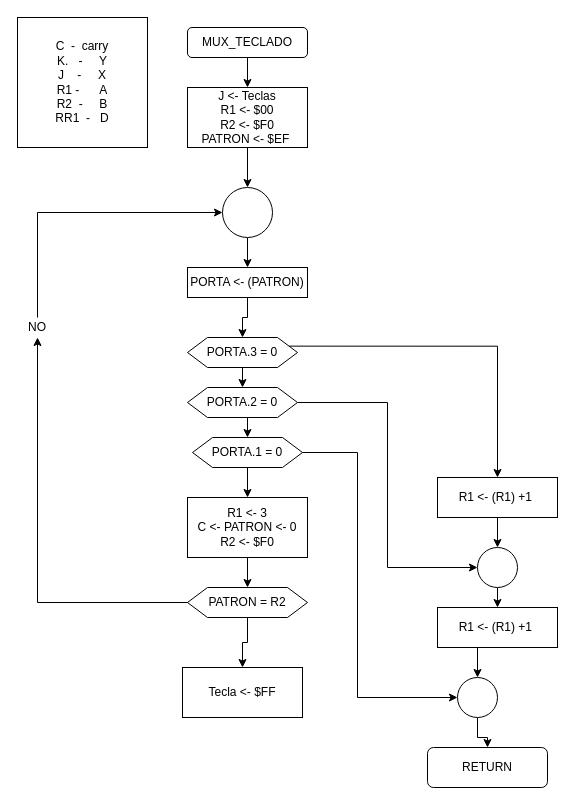
This is 8_runmeter623/diagrams/13_mux_teclado.drawio from brown9804/Dragon12_MC9S12DP256, a draw.io file, before an edit. Source tidied: cells renumbered, new cells numbered last; positions are measured from the earlier drawing's top-left corner, leaving out a move shared by most shapes. Both pictures are drawn from the tidied source at 100%, with x=0, y=0 at pixel (17, 17).
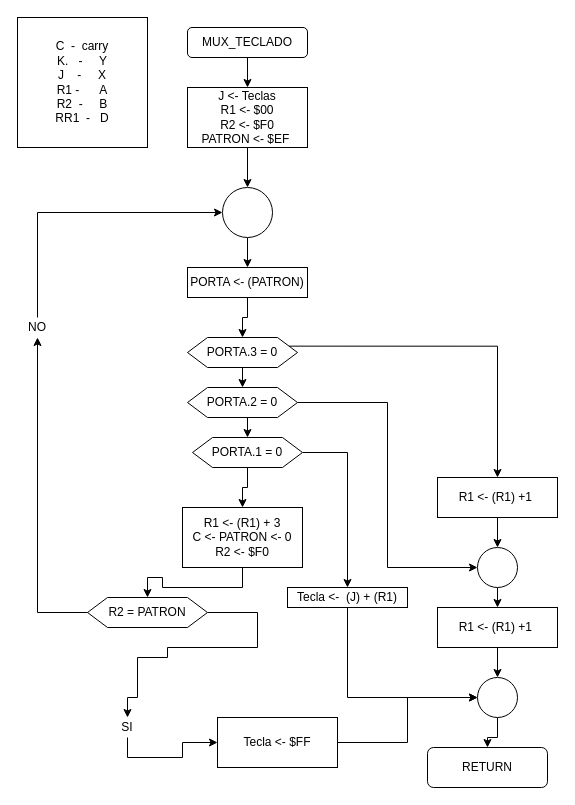
Above is the later version.

Commit message:
final -> mux_teclado ✅

The change refers to these unchanged cells:
```xml
<mxCell id="19" value="PORTA.1 = 0" style="shape=hexagon;perimeter=hexagonPerimeter2;whiteSpace=wrap;html=1;fixedSize=1;" parent="1" vertex="1">
  <mxGeometry x="175" y="420" width="110" height="30" as="geometry" />
</mxCell>
```

What changed in the source:
```diff
@@
-    <mxCell id="18" style="edgeStyle=orthogonalEdgeStyle;rounded=0;jettySize=auto;html=1;exitX=1;exitY=0.5;exitDx=0;exitDy=0;entryX=0;entryY=0.5;entryDx=0;entryDy=0;" parent="1" edge="1" source="19" target="32">
-      <mxGeometry relative="1" as="geometry">
-        <Array as="points">
-          <mxPoint x="340" y="435" />
-          <mxPoint x="340" y="680" />
-        </Array>
-      </mxGeometry>
-    </mxCell>
+    <mxCell id="37" style="edgeStyle=orthogonalEdgeStyle;rounded=0;jettySize=auto;html=1;exitX=1;exitY=0.5;exitDx=0;exitDy=0;entryX=0.5;entryY=0;entryDx=0;entryDy=0;" parent="1" edge="1" source="19" target="43">
+      <mxGeometry relative="1" as="geometry" />
+    </mxCell>
@@
-    <mxCell id="21" value="R1 &amp;lt;- 3&lt;br&gt;C &amp;lt;- PATRON &amp;lt;- 0&lt;br&gt;R2 &amp;lt;- $F0" style="rounded=0;whiteSpace=wrap;html=1;" parent="1" vertex="1">
-      <mxGeometry x="170" y="480" width="120" height="60" as="geometry" />
+    <mxCell id="21" value="R1 &amp;lt;- (R1) + 3&lt;br&gt;C &amp;lt;- PATRON &amp;lt;- 0&lt;br&gt;R2 &amp;lt;- $F0" style="rounded=0;whiteSpace=wrap;html=1;" parent="1" vertex="1">
+      <mxGeometry x="165" y="490" width="120" height="60" as="geometry" />
     </mxCell>
@@
-    <mxCell id="23" style="edgeStyle=orthogonalEdgeStyle;rounded=0;jettySize=auto;html=1;exitX=0.5;exitY=1;exitDx=0;exitDy=0;" parent="1" edge="1" source="24" target="25">
-      <mxGeometry relative="1" as="geometry" />
-    </mxCell>
+    <mxCell id="38" style="edgeStyle=orthogonalEdgeStyle;rounded=0;jettySize=auto;html=1;exitX=1;exitY=0.5;exitDx=0;exitDy=0;entryX=0.5;entryY=0;entryDx=0;entryDy=0;" parent="1" edge="1" source="24" target="41">
+      <mxGeometry relative="1" as="geometry">
+        <Array as="points">
+          <mxPoint x="240" y="595" />
+          <mxPoint x="240" y="630" />
+          <mxPoint x="150" y="630" />
+          <mxPoint x="150" y="640" />
+          <mxPoint x="120" y="640" />
+          <mxPoint x="120" y="680" />
+          <mxPoint x="110" y="680" />
+        </Array>
+      </mxGeometry>
+    </mxCell>
-    <mxCell id="24" value="PATRON = R2" style="shape=hexagon;perimeter=hexagonPerimeter2;whiteSpace=wrap;html=1;fixedSize=1;" parent="1" vertex="1">
-      <mxGeometry x="170" y="570" width="120" height="30" as="geometry" />
+    <mxCell id="24" value="R2 = PATRON" style="shape=hexagon;perimeter=hexagonPerimeter2;whiteSpace=wrap;html=1;fixedSize=1;" parent="1" vertex="1">
+      <mxGeometry x="70" y="580" width="120" height="30" as="geometry" />
     </mxCell>
+    <mxCell id="39" style="edgeStyle=orthogonalEdgeStyle;rounded=0;jettySize=auto;html=1;exitX=1;exitY=0.5;exitDx=0;exitDy=0;entryX=0;entryY=0.5;entryDx=0;entryDy=0;" parent="1" edge="1" source="25" target="32">
+      <mxGeometry relative="1" as="geometry" />
+    </mxCell>
     <mxCell id="25" value="Tecla &amp;lt;- $FF" style="rounded=0;whiteSpace=wrap;html=1;" parent="1" vertex="1">
-      <mxGeometry x="165" y="650" width="120" height="50" as="geometry" />
+      <mxGeometry x="200" y="700" width="120" height="50" as="geometry" />
     </mxCell>
@@
     <mxCell id="32" style="ellipse;whiteSpace=wrap;html=1;" parent="1" vertex="1">
-      <mxGeometry x="440" y="660" width="40" height="40" as="geometry" />
+      <mxGeometry x="460" y="660" width="40" height="40" as="geometry" />
     </mxCell>
@@
+    <mxCell id="40" style="edgeStyle=orthogonalEdgeStyle;rounded=0;jettySize=auto;html=1;exitX=0.5;exitY=1;exitDx=0;exitDy=0;entryX=0;entryY=0.5;entryDx=0;entryDy=0;" parent="1" edge="1" source="41" target="25">
+      <mxGeometry relative="1" as="geometry" />
+    </mxCell>
+    <mxCell id="41" value="SI" style="text;html=1;strokeColor=none;fillColor=none;align=center;verticalAlign=middle;whiteSpace=wrap;rounded=0;" parent="1" vertex="1">
+      <mxGeometry x="90" y="700" width="40" height="20" as="geometry" />
+    </mxCell>
+    <mxCell id="42" style="edgeStyle=orthogonalEdgeStyle;rounded=0;jettySize=auto;html=1;exitX=0.5;exitY=1;exitDx=0;exitDy=0;entryX=0;entryY=0.5;entryDx=0;entryDy=0;" parent="1" edge="1" source="43" target="32">
+      <mxGeometry relative="1" as="geometry" />
+    </mxCell>
+    <mxCell id="43" value="Tecla &amp;lt;- &amp;nbsp;(J) + (R1)" style="rounded=0;whiteSpace=wrap;html=1;" parent="1" vertex="1">
+      <mxGeometry x="270" y="570" width="120" height="20" as="geometry" />
+    </mxCell>
```
